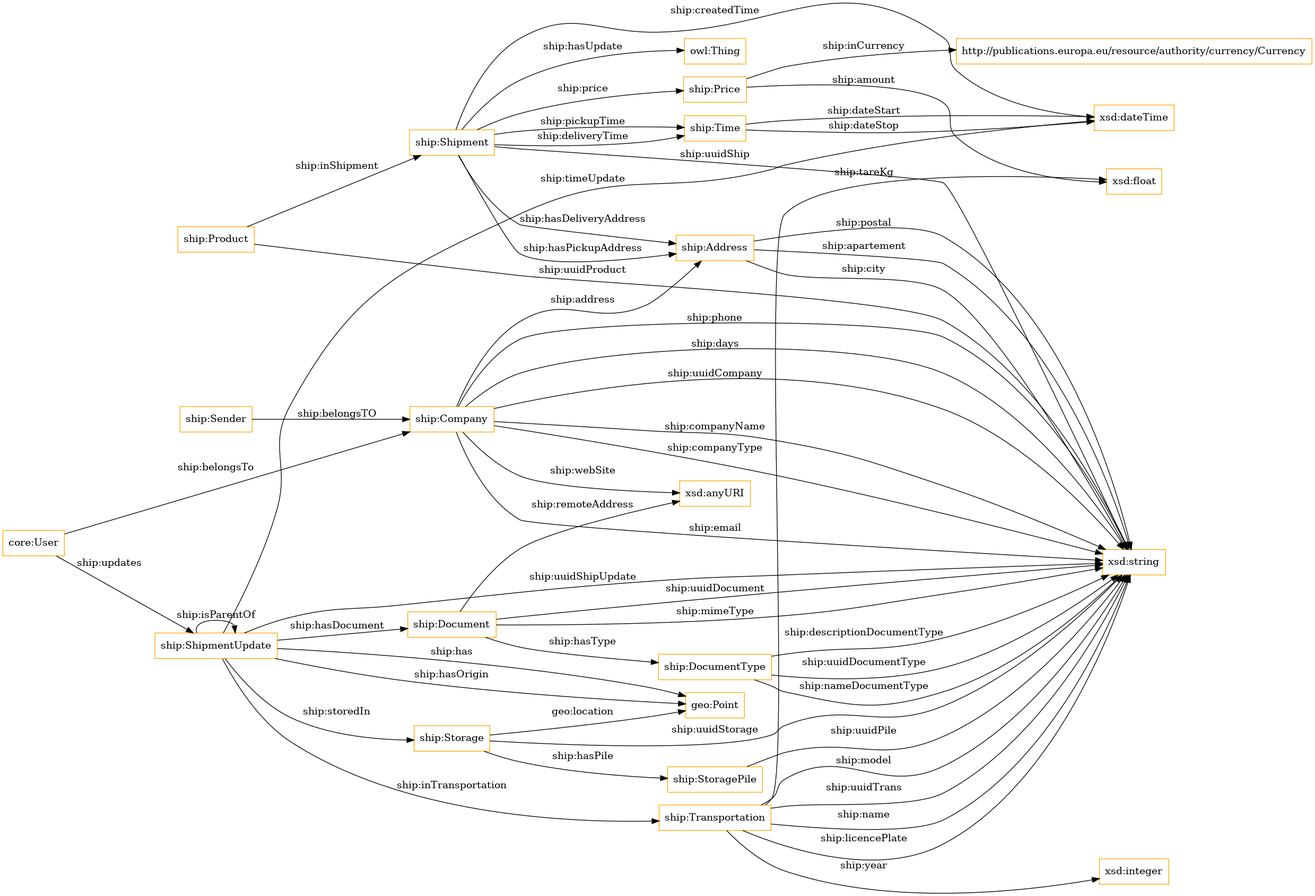
The Graphviz diagram OnToology/ontology/shipment.ttl/diagrams/ar2dtool-class/shipment.ttl.png in oeg-upm/auroral-shipmentBiomass-ontology, before a commit. Its source is kept beside it as OnToology/ontology/shipment.ttl/diagrams/ar2dtool-class/shipment.ttl.png.dot.
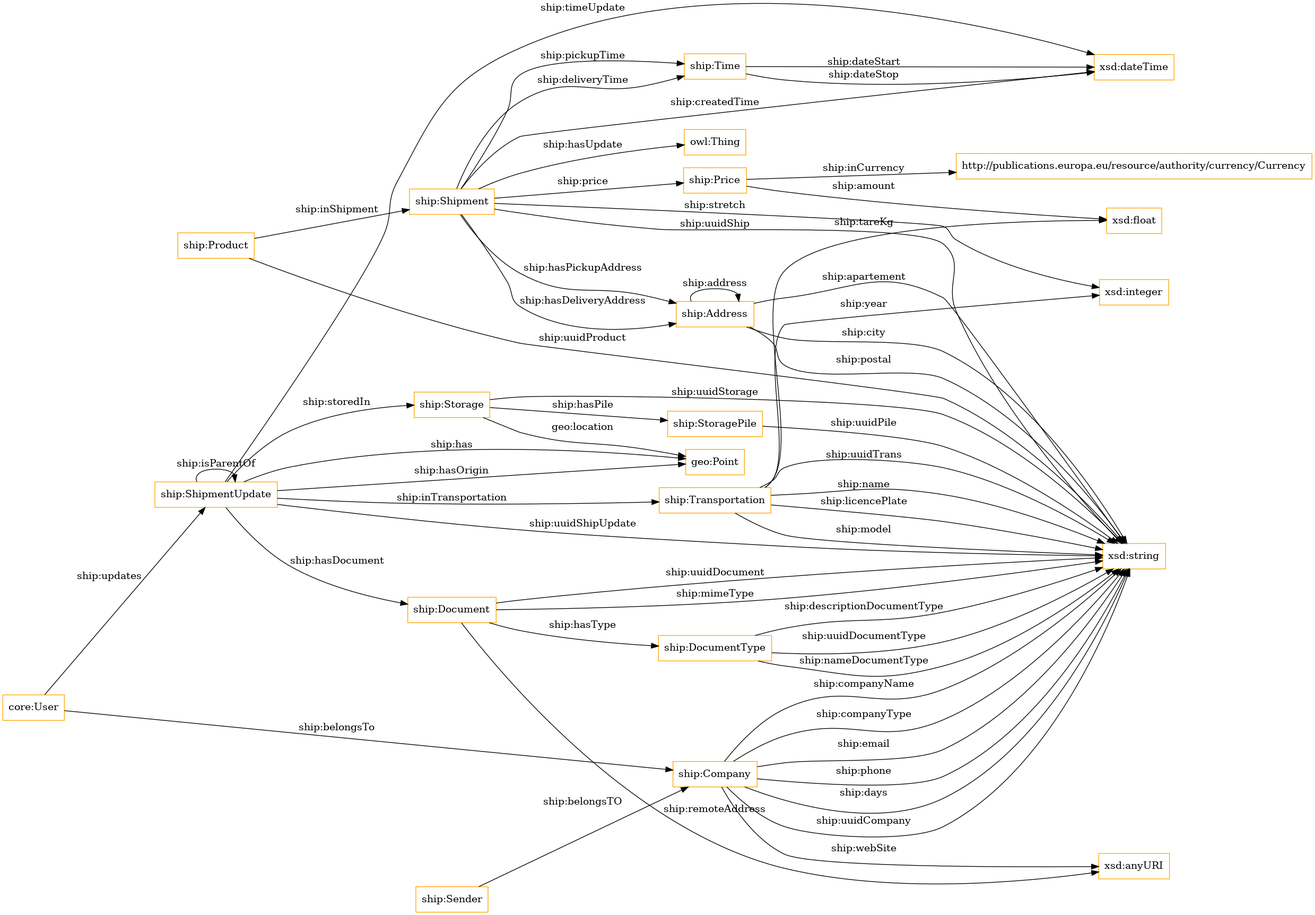
After the commit.

What changed in the source:
```diff
@@ -14,13 +14,14 @@
 	"ship:Price" -> "xsd:float" [ label = "ship:amount" ];
 	"ship:Company" -> "xsd:string" [ label = "ship:email" ];
 	"core:User" -> "ship:ShipmentUpdate" [ label = "ship:updates" ];
-	"ship:Company" -> "ship:Address" [ label = "ship:address" ];
+	"ship:Address" -> "ship:Address" [ label = "ship:address" ];
 	"ship:Time" -> "xsd:dateTime" [ label = "ship:dateStart" ];
 	"ship:DocumentType" -> "xsd:string" [ label = "ship:nameDocumentType" ];
 	"ship:Shipment" -> "ship:Price" [ label = "ship:price" ];
 	"ship:Document" -> "ship:DocumentType" [ label = "ship:hasType" ];
 	"ship:Price" -> "http://publications.europa.eu/resource/authority/currency/Currency" [ label = "ship:inCurrency" ];
 	"ship:Transportation" -> "xsd:string" [ label = "ship:licencePlate" ];
+	"ship:Shipment" -> "xsd:integer" [ label = "ship:stretch" ];
 	"core:User" -> "ship:Company" [ label = "ship:belongsTo" ];
 	"ship:Shipment" -> "xsd:dateTime" [ label = "ship:createdTime" ];
 	"ship:Storage" -> "ship:StoragePile" [ label = "ship:hasPile" ];
```
